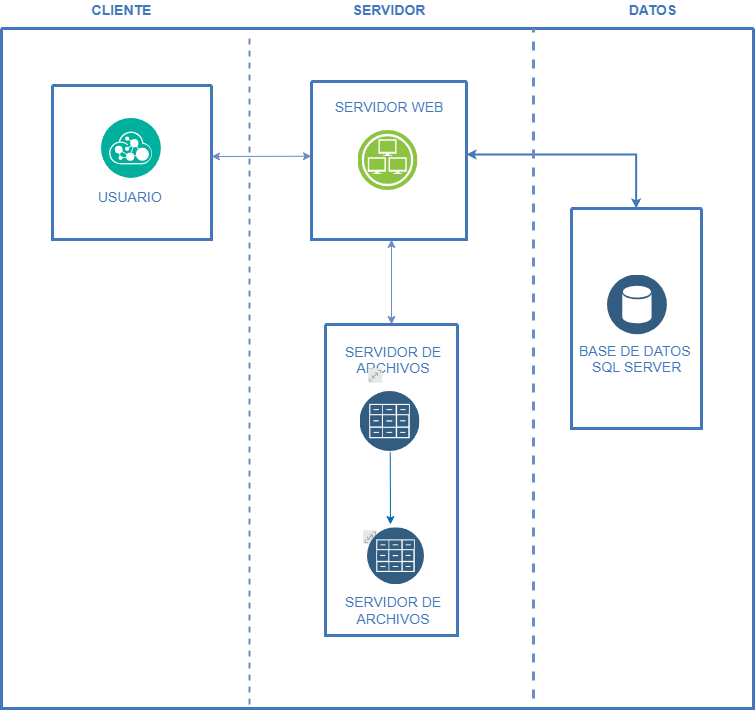
Earlier version of the draw.io export Arquitectura Gestor Documental.png (cjaldanar/Arquitectura-Gestor-Documental). Source tidied: cells renumbered, new cells last; positions are measured from the earlier drawing's top-left corner, leaving out a move shared by most shapes.
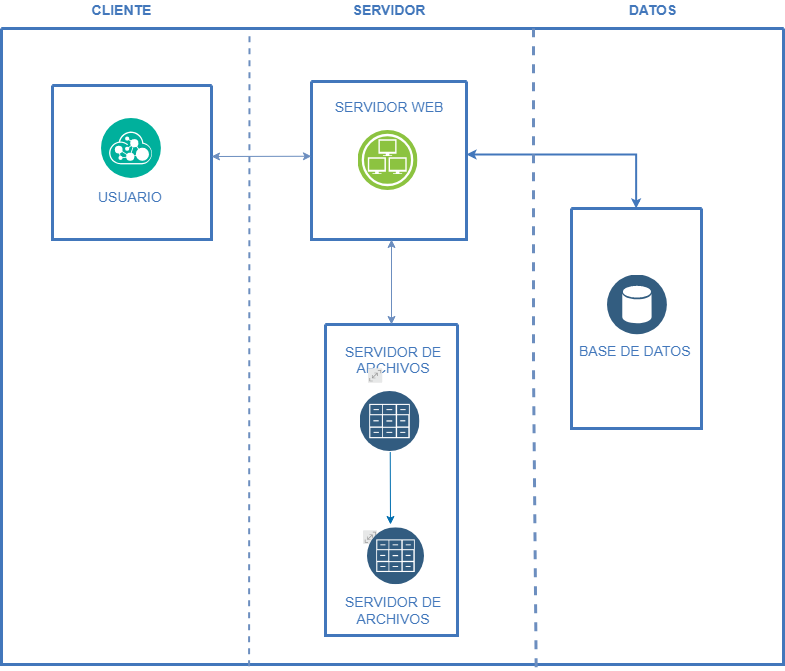
Above is the later version.

Commit message:
Arquitectura Gestor Documental

Arquitectura Gestor Documental

What changed in the source:
```diff
@@ -3,7 +3,7 @@
     <mxCell id="0" />
     <mxCell id="1" parent="0" />
     <mxCell id="2" style="swimlane;shadow=0;strokeColor=#4277BB;fillColor=#ffffff;fontColor=#4277BB;align=right;startSize=0;strokeWidth=3;" parent="1" vertex="1">
-      <mxGeometry y="28" width="752" height="680" as="geometry" />
+      <mxGeometry y="28" width="782" height="636" as="geometry" />
     </mxCell>
     <mxCell id="3" style="swimlane;shadow=0;strokeColor=#4277BB;fillColor=#ffffff;fontColor=#4277BB;align=right;startSize=0;strokeWidth=3;" parent="2" vertex="1">
       <mxGeometry x="310" y="53" width="155" height="158" as="geometry" />
@@ -17,7 +17,7 @@
     <mxCell id="6" style="swimlane;shadow=0;strokeColor=#4277BB;fillColor=#ffffff;fontColor=#4277BB;align=right;startSize=0;strokeWidth=3;" parent="2" vertex="1">
       <mxGeometry x="570" y="180" width="130" height="220" as="geometry" />
     </mxCell>
-    <mxCell id="7" value="BASE DE DATOS&amp;nbsp;&lt;br&gt;SQL SERVER&lt;br&gt;" style="perimeter=ellipsePerimeter;html=1;align=center;shadow=0;dashed=0;image;image=img/lib/ibm/data/data_services.svg;rounded=1;labelBackgroundColor=#ffffff;strokeColor=#666666;strokeWidth=3;fillColor=#C2952D;gradientColor=none;fontSize=14;fontColor=#4277BB;" parent="6" vertex="1">
+    <mxCell id="7" value="BASE DE DATOS&amp;nbsp;&lt;br&gt;&lt;br&gt;" style="perimeter=ellipsePerimeter;html=1;align=center;shadow=0;dashed=0;image;image=img/lib/ibm/data/data_services.svg;rounded=1;labelBackgroundColor=#ffffff;strokeColor=#666666;strokeWidth=3;fillColor=#C2952D;gradientColor=none;fontSize=14;fontColor=#4277BB;" parent="6" vertex="1">
       <mxGeometry x="36" y="66.5" width="60" height="60" as="geometry" />
     </mxCell>
     <mxCell id="8" style="edgeStyle=elbowEdgeStyle;rounded=0;elbow=vertical;html=1;labelBackgroundColor=#ffffff;startArrow=classic;startFill=1;startSize=4;endArrow=classic;endFill=1;endSize=4;jettySize=auto;strokeColor=#4277BB;strokeWidth=2;fontSize=14;fontColor=#4277BB;entryX=0.5;entryY=0;entryDx=0;entryDy=0;" parent="2" edge="1" target="6">
@@ -30,15 +30,13 @@
         </Array>
       </mxGeometry>
     </mxCell>
-    <mxCell id="9" style="endArrow=none;dashed=1;html=1;strokeWidth=2;fillColor=#dae8fc;strokeColor=#6c8ebf;" parent="2" edge="1">
+    <mxCell id="9" style="endArrow=none;dashed=1;html=1;strokeWidth=2;fillColor=#dae8fc;strokeColor=#6c8ebf;exitX=0.316;exitY=1.003;exitDx=0;exitDy=0;exitPerimeter=0;" parent="2" edge="1" source="2">
       <mxGeometry relative="1" as="geometry">
-        <mxPoint x="248" y="676" as="sourcePoint" />
         <mxPoint x="248" y="6" as="targetPoint" />
       </mxGeometry>
     </mxCell>
-    <mxCell id="10" style="endArrow=none;dashed=1;html=1;fillColor=#dae8fc;strokeColor=#6c8ebf;strokeWidth=3;" parent="2" edge="1">
+    <mxCell id="10" style="endArrow=none;dashed=1;html=1;fillColor=#dae8fc;strokeColor=#6c8ebf;strokeWidth=3;exitX=0.683;exitY=1.004;exitDx=0;exitDy=0;exitPerimeter=0;" parent="2" edge="1" source="2">
       <mxGeometry relative="1" as="geometry">
-        <mxPoint x="532" y="670" as="sourcePoint" />
         <mxPoint x="532" as="targetPoint" />
         <Array as="points">
           <mxPoint x="532" y="340" />
```
